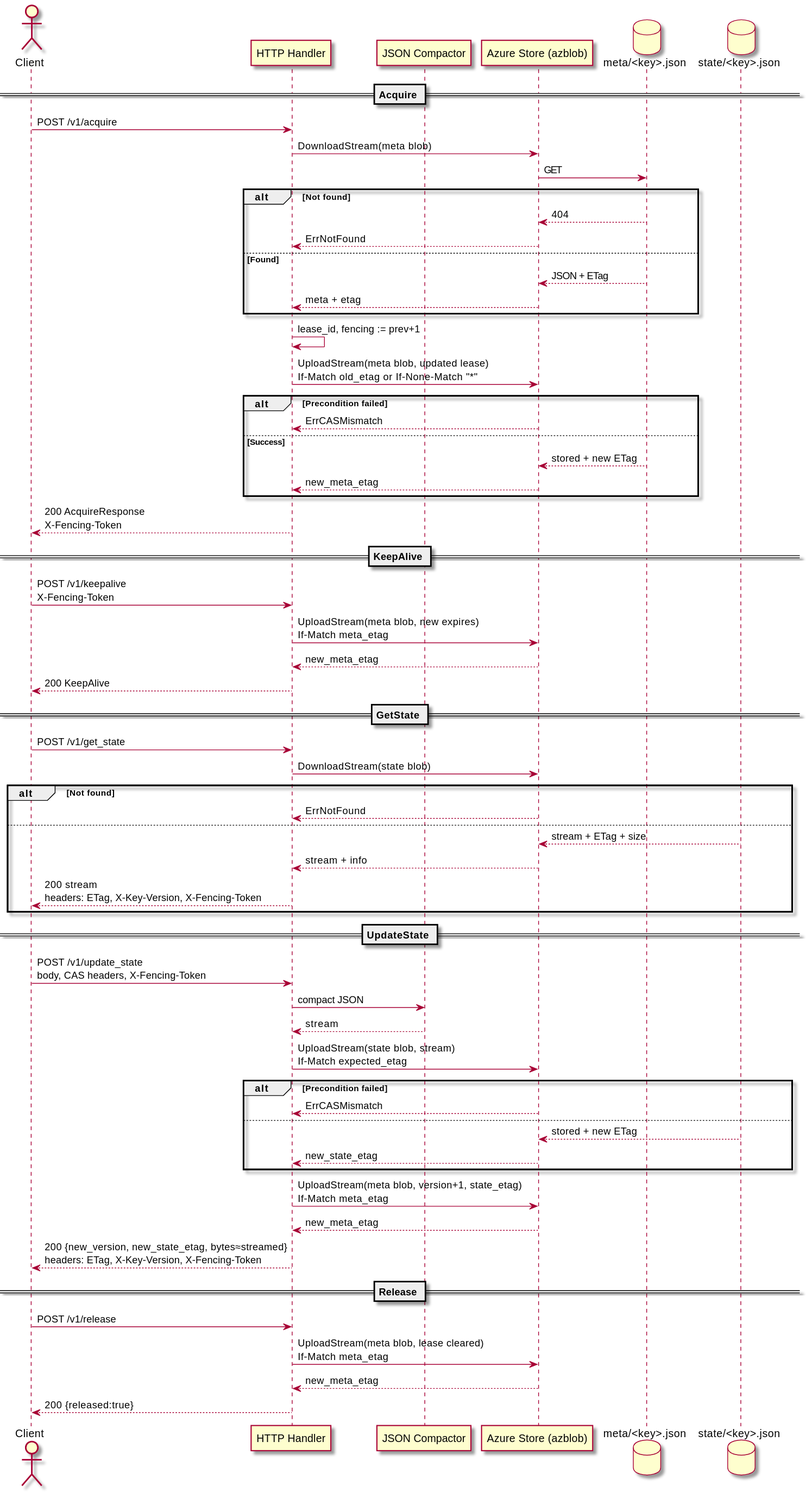
Above: docs/diagrams/lockd-azure.svg in sa6mwa/lockd (PlantUML), before the change. The source it was exported from:
```plantuml
@startuml

skin rose

actor Client
participant "HTTP Handler" as Handler
participant "JSON Compactor" as Compactor
participant "Azure Store (azblob)" as Azure
database "meta/<key>.json" as MetaBlob
database "state/<key>.json" as StateBlob

== Acquire ==
Client -> Handler: POST /v1/acquire
Handler -> Azure: DownloadStream(meta blob)
Azure -> MetaBlob: GET
alt Not found
    MetaBlob --> Azure: 404
    Azure --> Handler: ErrNotFound
else Found
    MetaBlob --> Azure: JSON + ETag
    Azure --> Handler: meta + etag
end
Handler -> Handler: lease_id, fencing := prev+1
Handler -> Azure: UploadStream(meta blob, updated lease)\nIf-Match old_etag or If-None-Match "*"
alt Precondition failed
    Azure --> Handler: ErrCASMismatch
else Success
    MetaBlob --> Azure: stored + new ETag
    Azure --> Handler: new_meta_etag
end
Handler --> Client: 200 AcquireResponse\nX-Fencing-Token

== KeepAlive ==
Client -> Handler: POST /v1/keepalive\nX-Fencing-Token
Handler -> Azure: UploadStream(meta blob, new expires)\nIf-Match meta_etag
Azure --> Handler: new_meta_etag
Handler --> Client: 200 KeepAlive

== GetState ==
Client -> Handler: POST /v1/get_state
Handler -> Azure: DownloadStream(state blob)
alt Not found
    Azure --> Handler: ErrNotFound
else
    StateBlob --> Azure: stream + ETag + size
    Azure --> Handler: stream + info
    Handler --> Client: 200 stream\nheaders: ETag, X-Key-Version, X-Fencing-Token
end

== UpdateState ==
Client -> Handler: POST /v1/update_state\nbody, CAS headers, X-Fencing-Token
Handler -> Compactor: compact JSON
Compactor --> Handler: stream
Handler -> Azure: UploadStream(state blob, stream)\nIf-Match expected_etag
alt Precondition failed
    Azure --> Handler: ErrCASMismatch
else
    StateBlob --> Azure: stored + new ETag
    Azure --> Handler: new_state_etag
end
Handler -> Azure: UploadStream(meta blob, version+1, state_etag)\nIf-Match meta_etag
Azure --> Handler: new_meta_etag
Handler --> Client: 200 {new_version, new_state_etag, bytes≈streamed}\nheaders: ETag, X-Key-Version, X-Fencing-Token

== Release ==
Client -> Handler: POST /v1/release
Handler -> Azure: UploadStream(meta blob, lease cleared)\nIf-Match meta_etag
Azure --> Handler: new_meta_etag
Handler --> Client: 200 {released:true}
@enduml
```
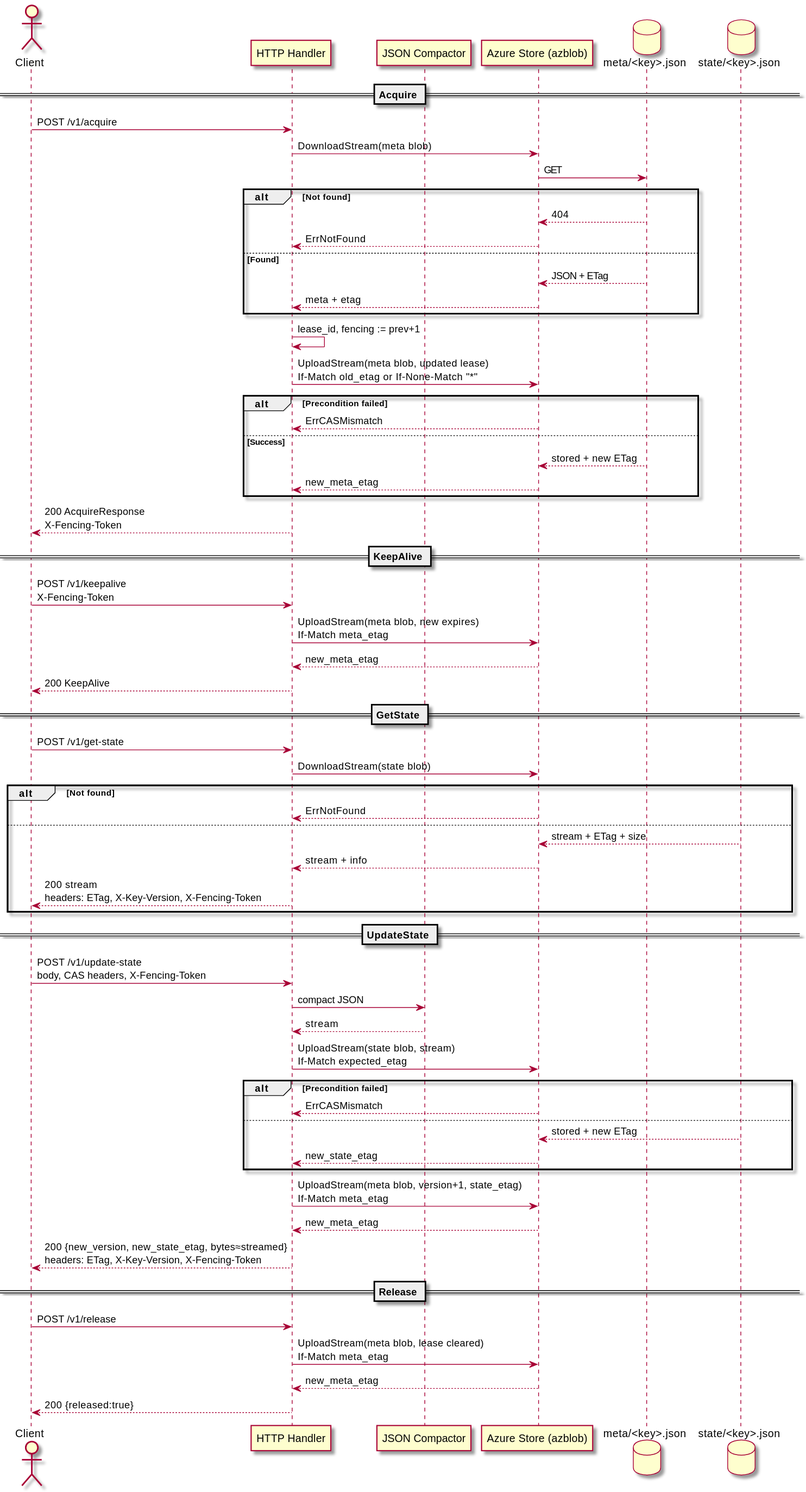
The same diagram one commit later.

Diff of the diagram source:
```diff
@@ -37,7 +37,7 @@
 Handler --> Client: 200 KeepAlive
 
 == GetState ==
-Client -> Handler: POST /v1/get_state
+Client -> Handler: POST /v1/get-state
 Handler -> Azure: DownloadStream(state blob)
 alt Not found
     Azure --> Handler: ErrNotFound
@@ -48,7 +48,7 @@
 end
 
 == UpdateState ==
-Client -> Handler: POST /v1/update_state\nbody, CAS headers, X-Fencing-Token
+Client -> Handler: POST /v1/update-state\nbody, CAS headers, X-Fencing-Token
 Handler -> Compactor: compact JSON
 Compactor --> Handler: stream
 Handler -> Azure: UploadStream(state blob, stream)\nIf-Match expected_etag
```
